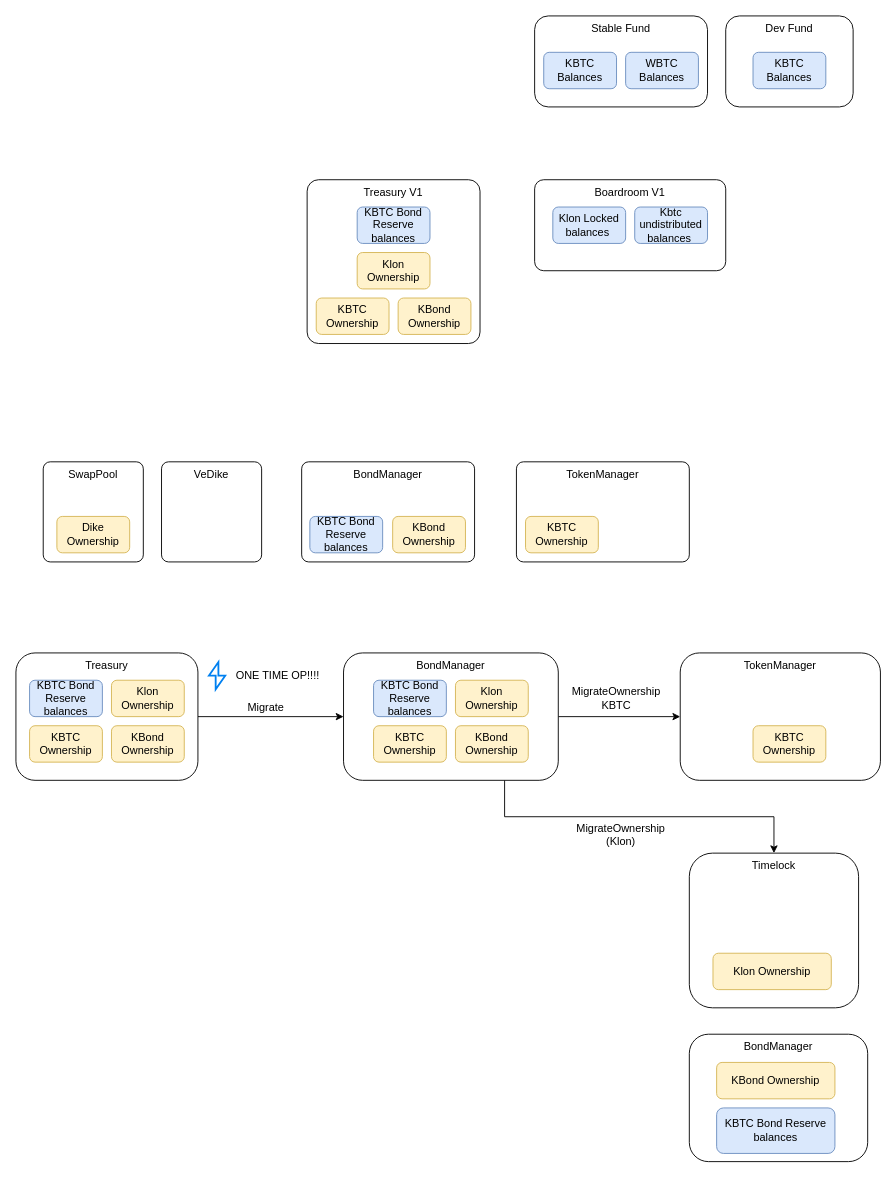
klondike-finance/klondike-protocol-v2 keeps this draw.io diagram as page "Permissions" (1 of 2) of docs/Acrhitecture.drawio. Above is the earlier version. Source tidied: cells renumbered, new cells numbered last; positions are measured from the earlier drawing's top-left corner, leaving out a move shared by most shapes. Both pictures are drawn from the tidied source at 91%, with x=0, y=0 at pixel (15, 15).
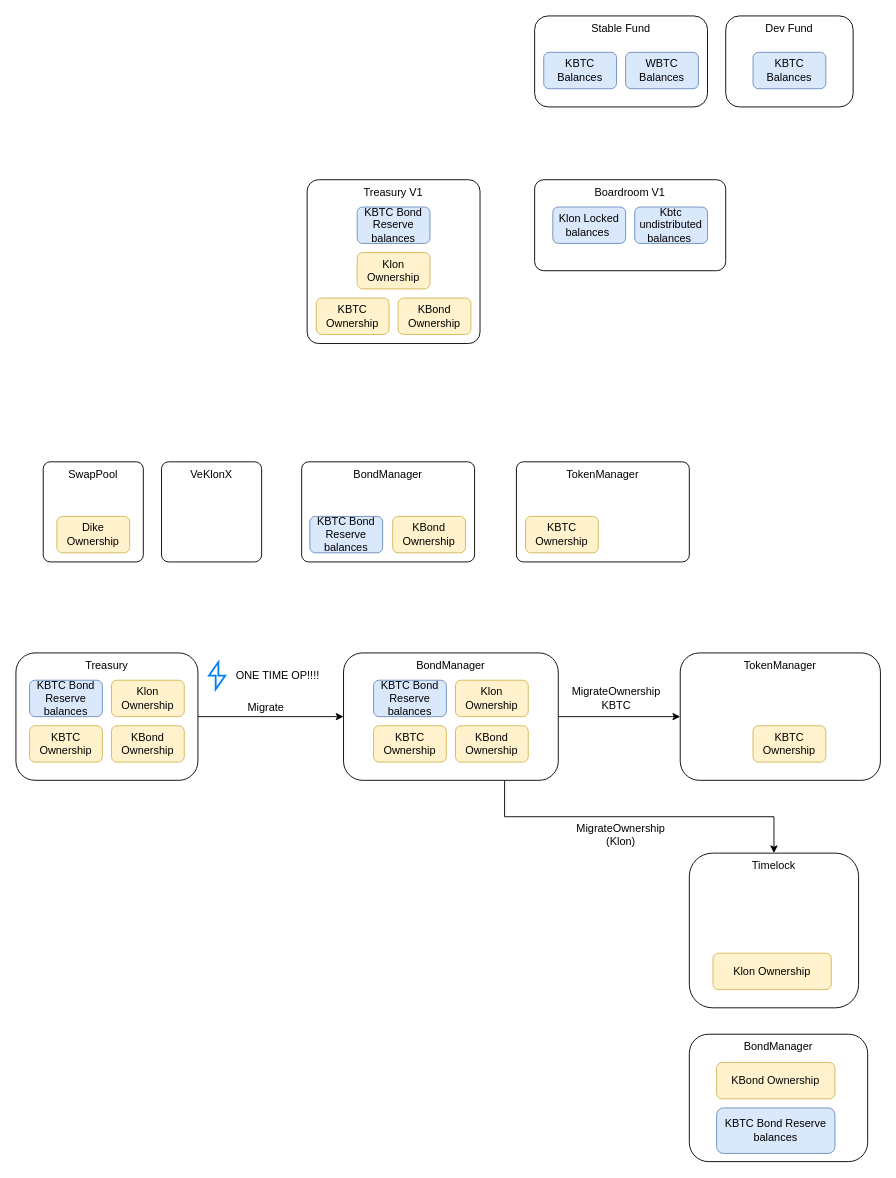
After the change.

The edit, as a diff of the source:
```diff
@@
-    <mxCell id="22" value="VeDike" style="rounded=1;whiteSpace=wrap;html=1;verticalAlign=top;arcSize=7;" parent="1" vertex="1">
+    <mxCell id="22" value="VeKlonX" style="rounded=1;whiteSpace=wrap;html=1;verticalAlign=top;arcSize=7;" parent="1" vertex="1">
       <mxGeometry x="160" y="490" width="110" height="110" as="geometry" />
     </mxCell>
```
